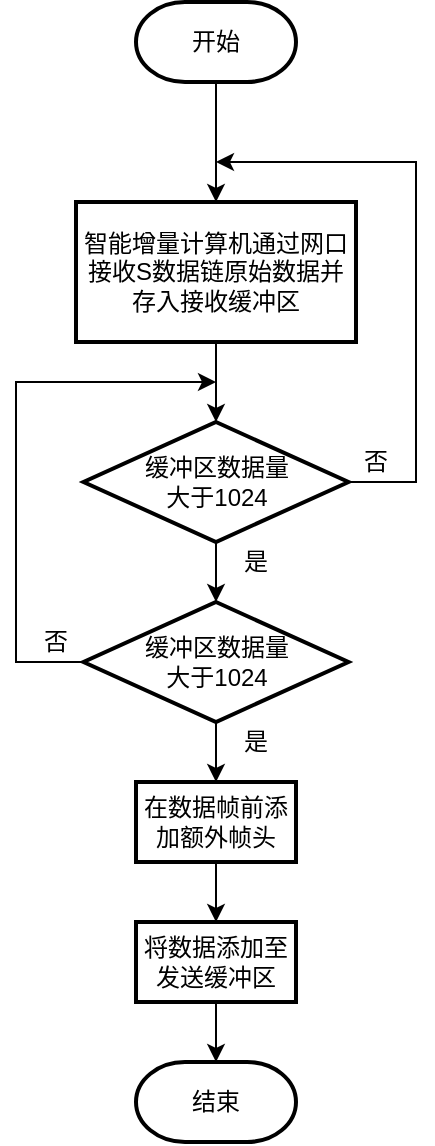
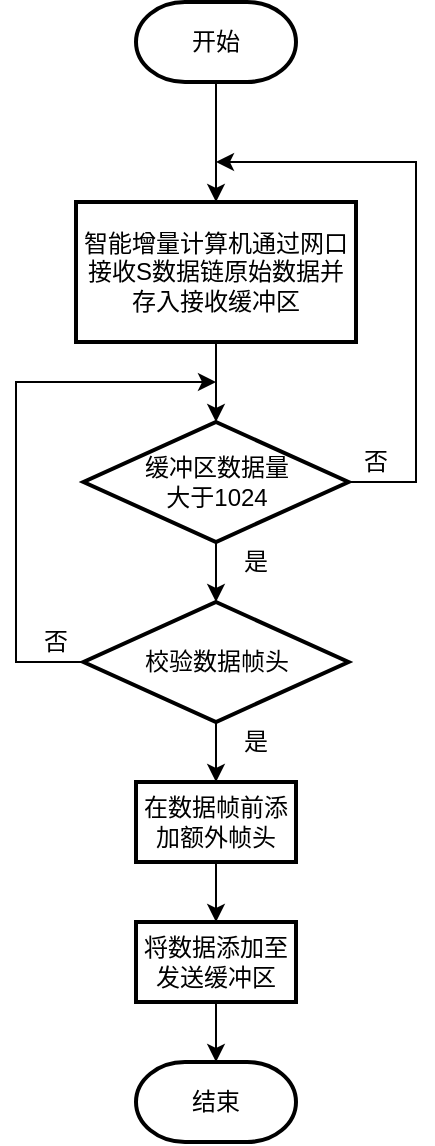
<mxfile host="app.diagrams.net">
  <diagram name="第 1 页" id="v4nI9nYeZImTgYN6z9yT">
    <mxGraphModel dx="645" dy="414" grid="1" gridSize="10" guides="1" tooltips="1" connect="1" arrows="1" fold="1" page="1" pageScale="1" pageWidth="827" pageHeight="1169" math="0" shadow="0">
      <root>
        <mxCell id="0" />
        <mxCell id="1" parent="0" />
        <mxCell id="hEWlXCelXX65bNCAQXbI-1" parent="1" style="strokeWidth=2;html=1;shape=mxgraph.flowchart.terminator;whiteSpace=wrap;" value="开始" vertex="1">
          <mxGeometry height="40" width="80" x="320" y="40" as="geometry" />
        </mxCell>
        <mxCell id="hEWlXCelXX65bNCAQXbI-2" parent="1" style="rounded=1;whiteSpace=wrap;html=1;absoluteArcSize=1;arcSize=0;strokeWidth=2;" value="智能增量计算机通过网口接收S数据链原始数据并存入接收缓冲区" vertex="1">
          <mxGeometry height="70" width="140" x="290" y="140" as="geometry" />
        </mxCell>
        <mxCell id="hEWlXCelXX65bNCAQXbI-3" edge="1" parent="1" source="hEWlXCelXX65bNCAQXbI-4" style="edgeStyle=orthogonalEdgeStyle;rounded=0;orthogonalLoop=1;jettySize=auto;html=1;exitX=1;exitY=0.5;exitDx=0;exitDy=0;exitPerimeter=0;">
          <mxGeometry relative="1" as="geometry">
            <Array as="points">
              <mxPoint x="460" y="280" />
              <mxPoint x="460" y="120" />
            </Array>
            <mxPoint x="360" y="120" as="targetPoint" />
          </mxGeometry>
        </mxCell>
        <mxCell id="hEWlXCelXX65bNCAQXbI-4" parent="1" style="strokeWidth=2;html=1;shape=mxgraph.flowchart.decision;whiteSpace=wrap;" value="缓冲区数据量&lt;div&gt;大于1024&lt;br&gt;&lt;/div&gt;" vertex="1">
          <mxGeometry height="60" width="132.5" x="293.75" y="250" as="geometry" />
        </mxCell>
        <mxCell id="hEWlXCelXX65bNCAQXbI-5" edge="1" parent="1" source="hEWlXCelXX65bNCAQXbI-1" style="endArrow=classic;html=1;rounded=0;exitX=0.5;exitY=1;exitDx=0;exitDy=0;exitPerimeter=0;" target="hEWlXCelXX65bNCAQXbI-2" value="">
          <mxGeometry height="50" relative="1" width="50" as="geometry">
            <mxPoint x="430" y="250" as="sourcePoint" />
            <mxPoint x="480" y="200" as="targetPoint" />
          </mxGeometry>
        </mxCell>
        <mxCell id="hEWlXCelXX65bNCAQXbI-6" edge="1" parent="1" source="hEWlXCelXX65bNCAQXbI-2" style="endArrow=classic;html=1;rounded=0;exitX=0.5;exitY=1;exitDx=0;exitDy=0;entryX=0.5;entryY=0;entryDx=0;entryDy=0;entryPerimeter=0;" target="hEWlXCelXX65bNCAQXbI-4" value="">
          <mxGeometry height="50" relative="1" width="50" as="geometry">
            <mxPoint x="370" y="200" as="sourcePoint" />
            <mxPoint x="420" y="150" as="targetPoint" />
          </mxGeometry>
        </mxCell>
        <mxCell id="hEWlXCelXX65bNCAQXbI-7" edge="1" parent="1" source="hEWlXCelXX65bNCAQXbI-4" style="endArrow=classic;html=1;rounded=0;exitX=0.5;exitY=1;exitDx=0;exitDy=0;exitPerimeter=0;entryX=0.5;entryY=0;entryDx=0;entryDy=0;entryPerimeter=0;" target="uc5LyBPZUDBUx0uEdSXh-1" value="">
          <mxGeometry height="50" relative="1" width="50" as="geometry">
            <mxPoint x="340" y="399" as="sourcePoint" />
            <mxPoint x="360" y="340" as="targetPoint" />
          </mxGeometry>
        </mxCell>
        <mxCell id="hEWlXCelXX65bNCAQXbI-8" parent="1" style="text;html=1;whiteSpace=wrap;strokeColor=none;fillColor=none;align=center;verticalAlign=middle;rounded=0;" value="是" vertex="1">
          <mxGeometry height="20" width="40" x="360" y="310" as="geometry" />
        </mxCell>
        <mxCell id="hEWlXCelXX65bNCAQXbI-9" edge="1" parent="1" source="uc5LyBPZUDBUx0uEdSXh-1" style="endArrow=classic;html=1;rounded=0;exitX=0.5;exitY=1;exitDx=0;exitDy=0;entryX=0.5;entryY=0;entryDx=0;entryDy=0;exitPerimeter=0;" target="hEWlXCelXX65bNCAQXbI-14" value="">
          <mxGeometry height="50" relative="1" width="50" as="geometry">
            <mxPoint x="360" y="410" as="sourcePoint" />
            <mxPoint x="360" y="470" as="targetPoint" />
          </mxGeometry>
        </mxCell>
        <mxCell id="hEWlXCelXX65bNCAQXbI-10" parent="1" style="text;html=1;whiteSpace=wrap;strokeColor=none;fillColor=none;align=center;verticalAlign=middle;rounded=0;" value="否" vertex="1">
          <mxGeometry height="20" width="40" x="420" y="260" as="geometry" />
        </mxCell>
        <mxCell id="hEWlXCelXX65bNCAQXbI-12" parent="1" style="strokeWidth=2;html=1;shape=mxgraph.flowchart.terminator;whiteSpace=wrap;" value="结束" vertex="1">
          <mxGeometry height="40" width="80" x="320" y="570" as="geometry" />
        </mxCell>
        <mxCell id="hEWlXCelXX65bNCAQXbI-13" edge="1" parent="1" source="hEWlXCelXX65bNCAQXbI-14" style="edgeStyle=orthogonalEdgeStyle;rounded=0;orthogonalLoop=1;jettySize=auto;html=1;entryX=0.5;entryY=0;entryDx=0;entryDy=0;" target="hEWlXCelXX65bNCAQXbI-18" value="">
          <mxGeometry relative="1" as="geometry">
            <mxPoint x="360.0526315789473" y="500" as="targetPoint" />
          </mxGeometry>
        </mxCell>
        <mxCell id="hEWlXCelXX65bNCAQXbI-14" parent="1" style="rounded=1;whiteSpace=wrap;html=1;absoluteArcSize=1;arcSize=0;strokeWidth=2;" value="在数据帧前添加额外帧头" vertex="1">
          <mxGeometry height="40" width="80" x="320" y="430" as="geometry" />
        </mxCell>
        <mxCell id="hEWlXCelXX65bNCAQXbI-17" edge="1" parent="1" source="hEWlXCelXX65bNCAQXbI-18" style="edgeStyle=orthogonalEdgeStyle;rounded=0;orthogonalLoop=1;jettySize=auto;html=1;" target="hEWlXCelXX65bNCAQXbI-12" value="">
          <mxGeometry relative="1" as="geometry" />
        </mxCell>
        <mxCell id="hEWlXCelXX65bNCAQXbI-18" parent="1" style="rounded=1;whiteSpace=wrap;html=1;absoluteArcSize=1;arcSize=0;strokeWidth=2;" value="将数据添加至发送缓冲区" vertex="1">
          <mxGeometry height="40" width="80" x="320" y="500" as="geometry" />
        </mxCell>
        <mxCell id="uc5LyBPZUDBUx0uEdSXh-2" edge="1" parent="1" source="uc5LyBPZUDBUx0uEdSXh-1" style="edgeStyle=orthogonalEdgeStyle;rounded=0;orthogonalLoop=1;jettySize=auto;html=1;">
          <mxGeometry relative="1" as="geometry">
            <Array as="points">
              <mxPoint x="260" y="370" />
              <mxPoint x="260" y="230" />
              <mxPoint x="360" y="230" />
            </Array>
            <mxPoint x="360" y="230" as="targetPoint" />
          </mxGeometry>
        </mxCell>
-         <mxCell id="uc5LyBPZUDBUx0uEdSXh-1" parent="1" style="strokeWidth=2;html=1;shape=mxgraph.flowchart.decision;whiteSpace=wrap;" value="缓冲区数据量&lt;div&gt;大于1024&lt;br&gt;&lt;/div&gt;" vertex="1">
+         <mxCell id="uc5LyBPZUDBUx0uEdSXh-1" parent="1" style="strokeWidth=2;html=1;shape=mxgraph.flowchart.decision;whiteSpace=wrap;" value="&lt;div&gt;校验数据帧头&lt;/div&gt;" vertex="1">
          <mxGeometry height="60" width="132.5" x="293.75" y="340" as="geometry" />
        </mxCell>
        <mxCell id="uc5LyBPZUDBUx0uEdSXh-3" parent="1" style="text;html=1;whiteSpace=wrap;strokeColor=none;fillColor=none;align=center;verticalAlign=middle;rounded=0;" value="是" vertex="1">
          <mxGeometry height="20" width="40" x="360" y="400" as="geometry" />
        </mxCell>
        <mxCell id="uc5LyBPZUDBUx0uEdSXh-4" parent="1" style="text;html=1;whiteSpace=wrap;strokeColor=none;fillColor=none;align=center;verticalAlign=middle;rounded=0;" value="否" vertex="1">
          <mxGeometry height="20" width="40" x="260" y="350" as="geometry" />
        </mxCell>
      </root>
    </mxGraphModel>
  </diagram>
</mxfile>
